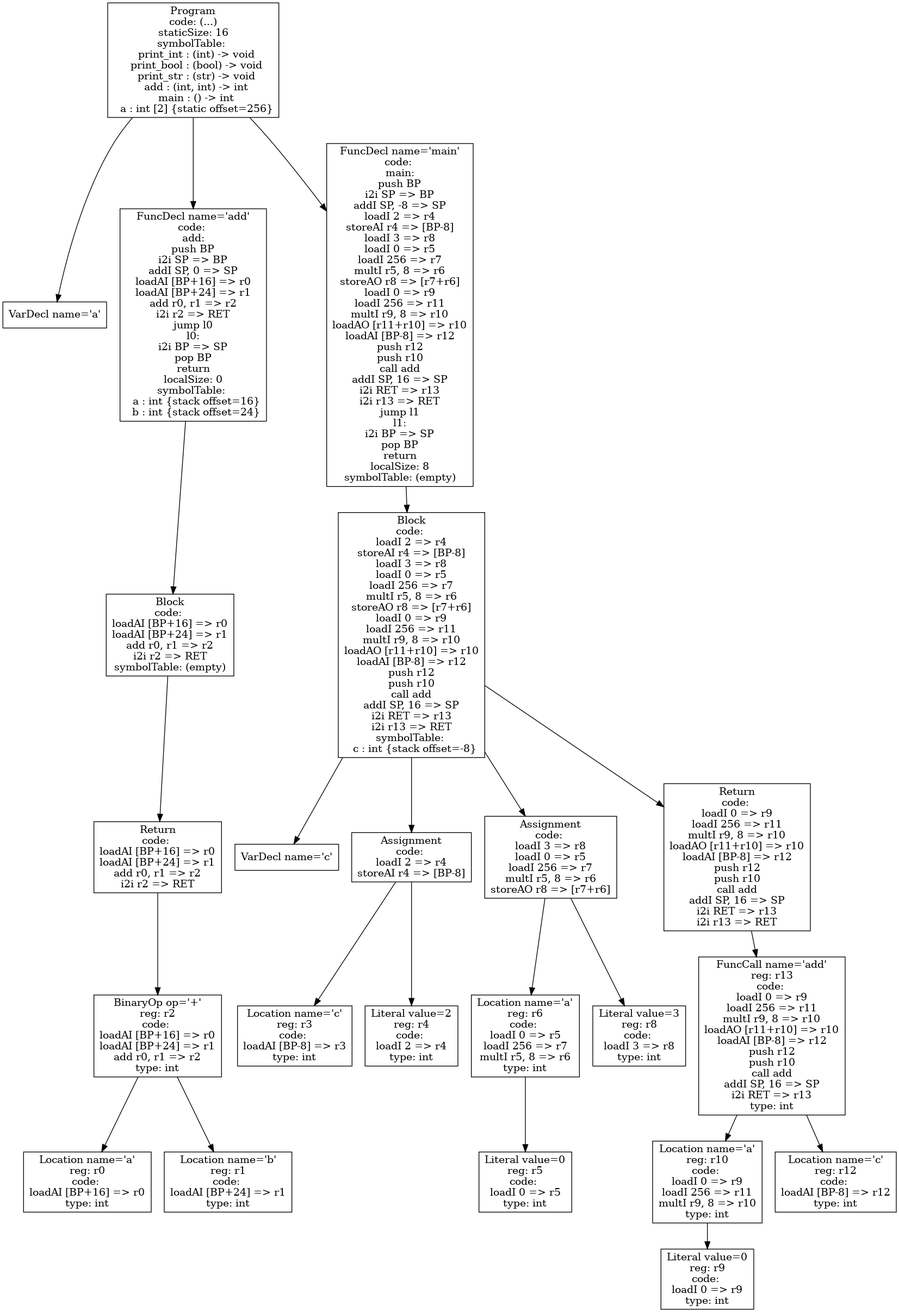
This is p4-codegen/iloc-tree.png from dada1802/cs432-project, a Graphviz export, as it was before one commit. Its source is kept beside it as p4-codegen/iloc-tree.dot.
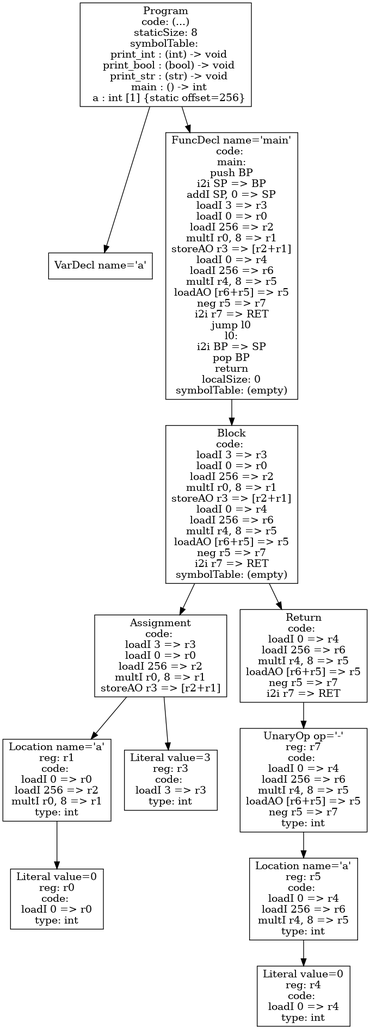
After the change.

The edit, as a diff of the source:
```diff
@@ -1,47 +1,25 @@
 digraph AST {
 1 [shape=box, label="VarDecl name='a'"];
-6 [shape=box, label="Location name='a'\nreg: r0\ncode: \nloadAI [BP+16] => r0\ntype: int"];
-7 [shape=box, label="Location name='b'\nreg: r1\ncode: \nloadAI [BP+24] => r1\ntype: int"];
-5 [shape=box, label="BinaryOp op='+'\nreg: r2\ncode: \nloadAI [BP+16] => r0\nloadAI [BP+24] => r1\nadd r0, r1 => r2\ntype: int"];
+6 [shape=box, label="Literal value=0\nreg: r0\ncode: \nloadI 0 => r0\ntype: int"];
+5 [shape=box, label="Location name='a'\nreg: r1\ncode: \nloadI 0 => r0\nloadI 256 => r2\nmultI r0, 8 => r1\ntype: int"];
 5 -> 6;
-5 -> 7;
-4 [shape=box, label="Return\ncode: \nloadAI [BP+16] => r0\nloadAI [BP+24] => r1\nadd r0, r1 => r2\ni2i r2 => RET"];
+7 [shape=box, label="Literal value=3\nreg: r3\ncode: \nloadI 3 => r3\ntype: int"];
+4 [shape=box, label="Assignment\ncode: \nloadI 3 => r3\nloadI 0 => r0\nloadI 256 => r2\nmultI r0, 8 => r1\nstoreAO r3 => [r2+r1]"];
 4 -> 5;
-3 [shape=box, label="Block\ncode: \nloadAI [BP+16] => r0\nloadAI [BP+24] => r1\nadd r0, r1 => r2\ni2i r2 => RET\nsymbolTable: (empty)"];
+4 -> 7;
+11 [shape=box, label="Literal value=0\nreg: r4\ncode: \nloadI 0 => r4\ntype: int"];
+10 [shape=box, label="Location name='a'\nreg: r5\ncode: \nloadI 0 => r4\nloadI 256 => r6\nmultI r4, 8 => r5\ntype: int"];
+10 -> 11;
+9 [shape=box, label="UnaryOp op='-'\nreg: r7\ncode: \nloadI 0 => r4\nloadI 256 => r6\nmultI r4, 8 => r5\nloadAO [r6+r5] => r5\nneg r5 => r7\ntype: int"];
+9 -> 10;
+8 [shape=box, label="Return\ncode: \nloadI 0 => r4\nloadI 256 => r6\nmultI r4, 8 => r5\nloadAO [r6+r5] => r5\nneg r5 => r7\ni2i r7 => RET"];
+8 -> 9;
+3 [shape=box, label="Block\ncode: \nloadI 3 => r3\nloadI 0 => r0\nloadI 256 => r2\nmultI r0, 8 => r1\nstoreAO r3 => [r2+r1]\nloadI 0 => r4\nloadI 256 => r6\nmultI r4, 8 => r5\nloadAO [r6+r5] => r5\nneg r5 => r7\ni2i r7 => RET\nsymbolTable: (empty)"];
 3 -> 4;
-2 [shape=box, label="FuncDecl name='add'\ncode: \nadd:\npush BP\ni2i SP => BP\naddI SP, 0 => SP\nloadAI [BP+16] => r0\nloadAI [BP+24] => r1\nadd r0, r1 => r2\ni2i r2 => RET\njump l0\nl0:\ni2i BP => SP\npop BP\nreturn\nlocalSize: 0\nsymbolTable: \n  a : int {stack offset=16}\n  b : int {stack offset=24}"];
+3 -> 8;
+2 [shape=box, label="FuncDecl name='main'\ncode: \nmain:\npush BP\ni2i SP => BP\naddI SP, 0 => SP\nloadI 3 => r3\nloadI 0 => r0\nloadI 256 => r2\nmultI r0, 8 => r1\nstoreAO r3 => [r2+r1]\nloadI 0 => r4\nloadI 256 => r6\nmultI r4, 8 => r5\nloadAO [r6+r5] => r5\nneg r5 => r7\ni2i r7 => RET\njump l0\nl0:\ni2i BP => SP\npop BP\nreturn\nlocalSize: 0\nsymbolTable: (empty)"];
 2 -> 3;
-10 [shape=box, label="VarDecl name='c'"];
-12 [shape=box, label="Location name='c'\nreg: r3\ncode: \nloadAI [BP-8] => r3\ntype: int"];
-13 [shape=box, label="Literal value=2\nreg: r4\ncode: \nloadI 2 => r4\ntype: int"];
-11 [shape=box, label="Assignment\ncode: \nloadI 2 => r4\nstoreAI r4 => [BP-8]"];
-11 -> 12;
-11 -> 13;
-16 [shape=box, label="Literal value=0\nreg: r5\ncode: \nloadI 0 => r5\ntype: int"];
-15 [shape=box, label="Location name='a'\nreg: r6\ncode: \nloadI 0 => r5\nloadI 256 => r7\nmultI r5, 8 => r6\ntype: int"];
-15 -> 16;
-17 [shape=box, label="Literal value=3\nreg: r8\ncode: \nloadI 3 => r8\ntype: int"];
-14 [shape=box, label="Assignment\ncode: \nloadI 3 => r8\nloadI 0 => r5\nloadI 256 => r7\nmultI r5, 8 => r6\nstoreAO r8 => [r7+r6]"];
-14 -> 15;
-14 -> 17;
-21 [shape=box, label="Literal value=0\nreg: r9\ncode: \nloadI 0 => r9\ntype: int"];
-20 [shape=box, label="Location name='a'\nreg: r10\ncode: \nloadI 0 => r9\nloadI 256 => r11\nmultI r9, 8 => r10\ntype: int"];
-20 -> 21;
-22 [shape=box, label="Location name='c'\nreg: r12\ncode: \nloadAI [BP-8] => r12\ntype: int"];
-19 [shape=box, label="FuncCall name='add'\nreg: r13\ncode: \nloadI 0 => r9\nloadI 256 => r11\nmultI r9, 8 => r10\nloadAO [r11+r10] => r10\nloadAI [BP-8] => r12\npush r12\npush r10\ncall add\naddI SP, 16 => SP\ni2i RET => r13\ntype: int"];
-19 -> 20;
-19 -> 22;
-18 [shape=box, label="Return\ncode: \nloadI 0 => r9\nloadI 256 => r11\nmultI r9, 8 => r10\nloadAO [r11+r10] => r10\nloadAI [BP-8] => r12\npush r12\npush r10\ncall add\naddI SP, 16 => SP\ni2i RET => r13\ni2i r13 => RET"];
-18 -> 19;
-9 [shape=box, label="Block\ncode: \nloadI 2 => r4\nstoreAI r4 => [BP-8]\nloadI 3 => r8\nloadI 0 => r5\nloadI 256 => r7\nmultI r5, 8 => r6\nstoreAO r8 => [r7+r6]\nloadI 0 => r9\nloadI 256 => r11\nmultI r9, 8 => r10\nloadAO [r11+r10] => r10\nloadAI [BP-8] => r12\npush r12\npush r10\ncall add\naddI SP, 16 => SP\ni2i RET => r13\ni2i r13 => RET\nsymbolTable: \n  c : int {stack offset=-8}"];
-9 -> 10;
-9 -> 11;
-9 -> 14;
-9 -> 18;
-8 [shape=box, label="FuncDecl name='main'\ncode: \nmain:\npush BP\ni2i SP => BP\naddI SP, -8 => SP\nloadI 2 => r4\nstoreAI r4 => [BP-8]\nloadI 3 => r8\nloadI 0 => r5\nloadI 256 => r7\nmultI r5, 8 => r6\nstoreAO r8 => [r7+r6]\nloadI 0 => r9\nloadI 256 => r11\nmultI r9, 8 => r10\nloadAO [r11+r10] => r10\nloadAI [BP-8] => r12\npush r12\npush r10\ncall add\naddI SP, 16 => SP\ni2i RET => r13\ni2i r13 => RET\njump l1\nl1:\ni2i BP => SP\npop BP\nreturn\nlocalSize: 8\nsymbolTable: (empty)"];
-8 -> 9;
-0 [shape=box, label="Program\ncode: (...)\nstaticSize: 16\nsymbolTable: \n  print_int : (int) -> void\n  print_bool : (bool) -> void\n  print_str : (str) -> void\n  add : (int, int) -> int\n  main : () -> int\n  a : int [2] {static offset=256}"];
+0 [shape=box, label="Program\ncode: (...)\nstaticSize: 8\nsymbolTable: \n  print_int : (int) -> void\n  print_bool : (bool) -> void\n  print_str : (str) -> void\n  main : () -> int\n  a : int [1] {static offset=256}"];
 0 -> 1;
 0 -> 2;
-0 -> 8;
 }
```
